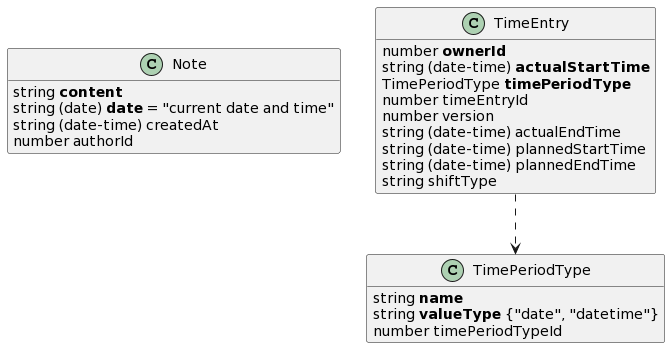
UKHomeOffice/callisto-timecard-restapi keeps this PlantUML diagram as docs/images/payload-model.png. Above is the earlier version.
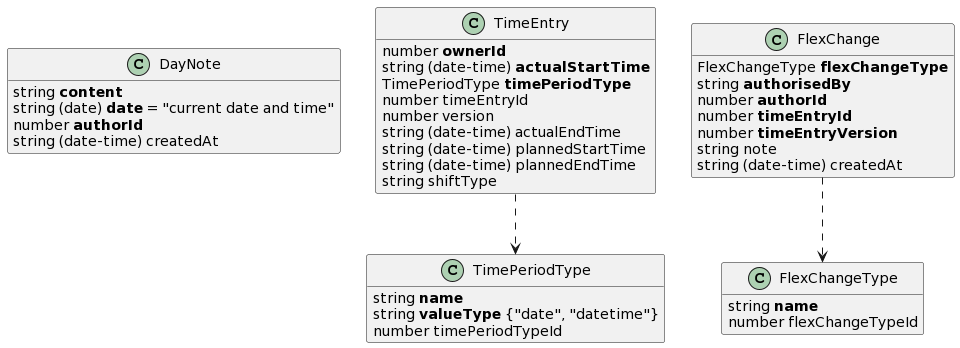
After the change.

Change to the diagram source:
```diff
@@ -3,11 +3,11 @@
 set namespaceSeparator none
 
 
-class Note {
+class DayNote {
     {field} string <b>content</b>
     {field} string (date) <b>date</b> = "current date and time"
+    {field} number <b>authorId</b>
     {field} string (date-time) createdAt
-    {field} number authorId
 }
 
 
@@ -33,4 +33,24 @@
 }
 
 TimeEntry ..> TimePeriodType
+
+
+class FlexChangeType {
+    {field} string <b>name</b>
+    {field} number flexChangeTypeId
+}
+
+
+
+class FlexChange {
+    {field} FlexChangeType <b>flexChangeType</b>
+    {field} string <b>authorisedBy</b>
+    {field} number <b>authorId</b>
+    {field} number <b>timeEntryId</b>
+    {field} number <b>timeEntryVersion</b>
+    {field} string note
+    {field} string (date-time) createdAt
+}
+
+FlexChange ..> FlexChangeType
 @enduml
```
